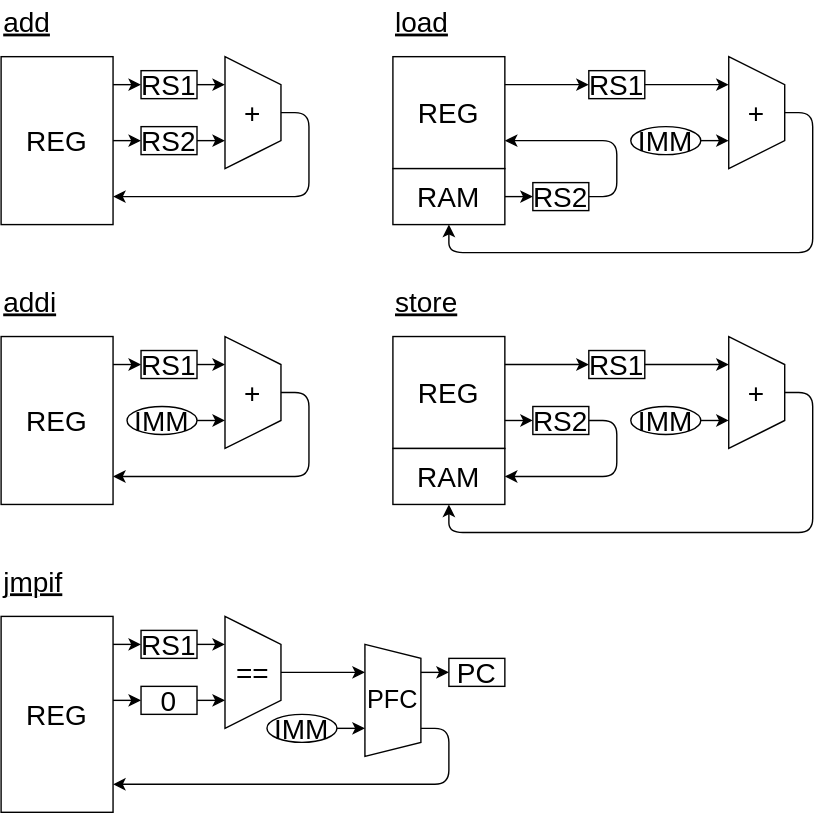
This is Lab/Computer/RK16/01_Architecture/img/data_path.dio.svg from amane-uehara/kanade-k-1228.github.io, a draw.io export, as it was before one commit. Source tidied: cells renumbered, new cells last; positions are measured from the earlier drawing's top-left corner, leaving out a move shared by most shapes.
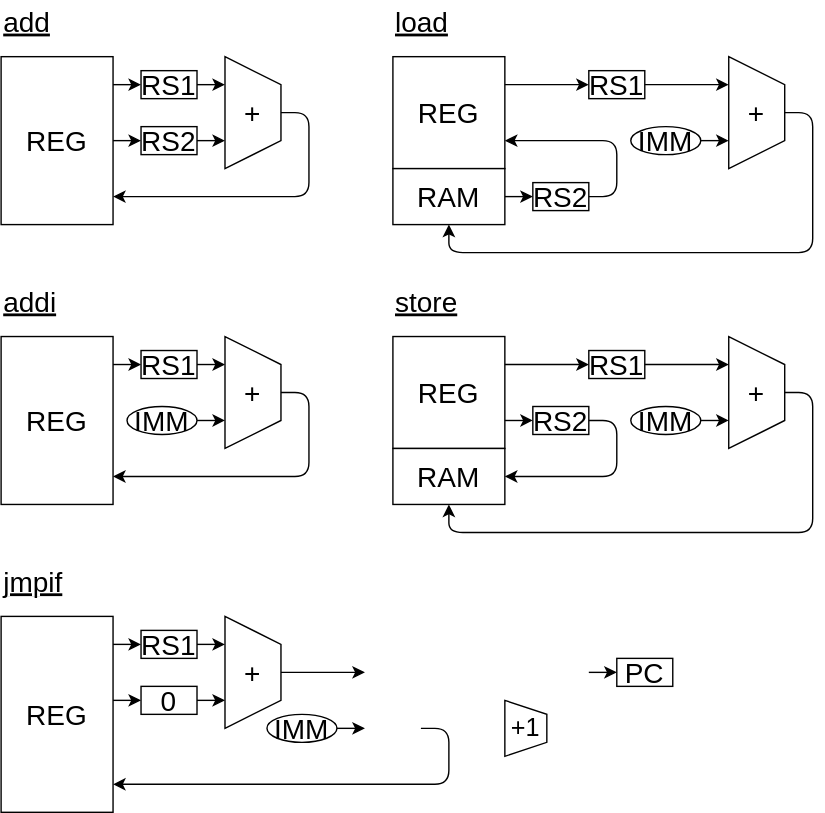
The same file after the commit.

Diff of the diagram source:
```diff
@@ -61,8 +61,8 @@
     <mxCell id="15" value="REG" style="rounded=0;whiteSpace=wrap;html=1;fontSize=20;" parent="1" vertex="1">
       <mxGeometry y="440" width="80" height="140" as="geometry" />
     </mxCell>
-    <mxCell id="16" value="PFC" style="shape=trapezoid;perimeter=trapezoidPerimeter;whiteSpace=wrap;html=1;fixedSize=1;fontSize=18;direction=south;size=10;" parent="1" vertex="1">
-      <mxGeometry x="260" y="460" width="40" height="80" as="geometry" />
+    <mxCell id="16" value="+1" style="shape=trapezoid;perimeter=trapezoidPerimeter;whiteSpace=wrap;html=1;fixedSize=1;fontSize=18;direction=south;size=10;" parent="1" vertex="1">
+      <mxGeometry x="360" y="500" width="30" height="40" as="geometry" />
     </mxCell>
     <mxCell id="17" style="endArrow=classic;html=1;fontSize=20;" parent="1" edge="1">
       <mxGeometry relative="1" as="geometry">
@@ -78,12 +78,12 @@
     </mxCell>
     <mxCell id="19" style="endArrow=classic;html=1;fontSize=20;" parent="1" edge="1">
       <mxGeometry relative="1" as="geometry">
-        <mxPoint x="300" y="480" as="sourcePoint" />
-        <mxPoint x="320" y="480" as="targetPoint" />
+        <mxPoint x="420" y="480" as="sourcePoint" />
+        <mxPoint x="440" y="480" as="targetPoint" />
       </mxGeometry>
     </mxCell>
     <mxCell id="20" value="PC" style="rounded=0;whiteSpace=wrap;html=1;fontSize=20;" parent="1" vertex="1">
-      <mxGeometry x="320" y="470" width="40" height="20" as="geometry" />
+      <mxGeometry x="440" y="470" width="40" height="20" as="geometry" />
     </mxCell>
     <mxCell id="21" style="endArrow=classic;html=1;fontSize=20;" parent="1" edge="1">
       <mxGeometry relative="1" as="geometry">
@@ -269,7 +269,7 @@
     <mxCell id="55" value="IMM" style="ellipse;whiteSpace=wrap;html=1;fontSize=20;" parent="1" vertex="1">
       <mxGeometry x="190" y="510" width="50" height="20" as="geometry" />
     </mxCell>
-    <mxCell id="56" value="==" style="shape=trapezoid;perimeter=trapezoidPerimeter;whiteSpace=wrap;html=1;fixedSize=1;fontSize=20;direction=south;" parent="1" vertex="1">
+    <mxCell id="56" value="+" style="shape=trapezoid;perimeter=trapezoidPerimeter;whiteSpace=wrap;html=1;fixedSize=1;fontSize=20;direction=south;" parent="1" vertex="1">
       <mxGeometry x="160" y="440" width="40" height="80" as="geometry" />
     </mxCell>
     <mxCell id="57" value="RS1" style="rounded=0;whiteSpace=wrap;html=1;fontSize=20;" parent="1" vertex="1">
```
